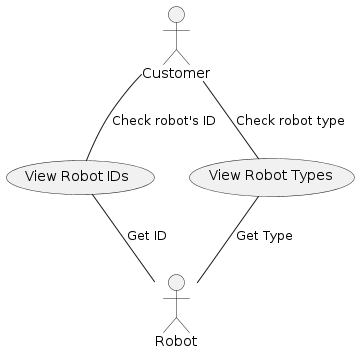
Before: docs/design/usecases/usecase6.png, a diagram exported from PlantUML (ur-cs-courses/course-project-catch-up). Source of this version:
```plantuml
@startuml

actor Customer as C
actor Robot as R

usecase Check_id as "View Robot IDs"
usecase Check_type as "View Robot Types"

C -- Check_id: "Check robot's ID"
C -- Check_type: "Check robot type"

Check_id -- R: "Get ID"
Check_type -- R: "Get Type"




@enduml
```
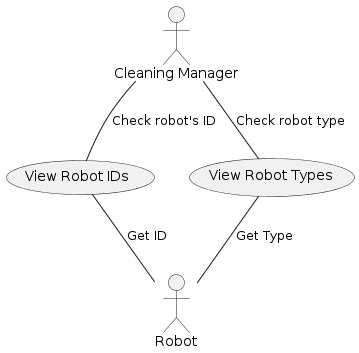
Later version of the same file.

Diff of the diagram source:
```diff
@@ -1,6 +1,6 @@
 @startuml
 
-actor Customer as C
+actor "Cleaning Manager" as C
 actor Robot as R
 
 usecase Check_id as "View Robot IDs"
```
